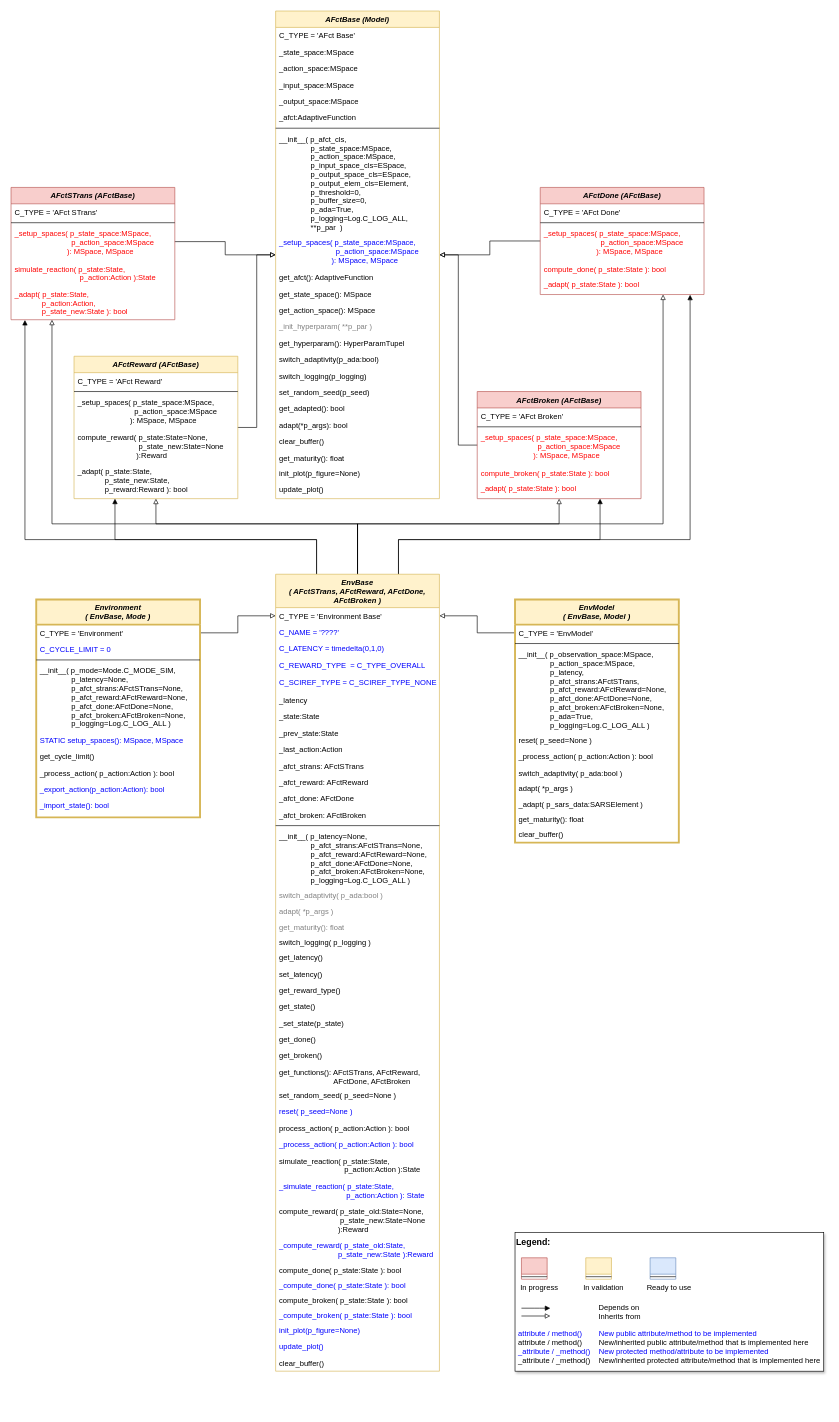
This is doc/rtd/content/append2/core/images/rl/02_environments/MLPro-RL-Env_class_diagram.drawio from fhswf/MLPro, a draw.io file, before an edit. Source tidied: cells renumbered, new cells numbered last; positions are measured from the earlier drawing's top-left corner, leaving out a move shared by most shapes. Both pictures are drawn from the tidied source at 63%, with x=0, y=0 at pixel (11, 11).
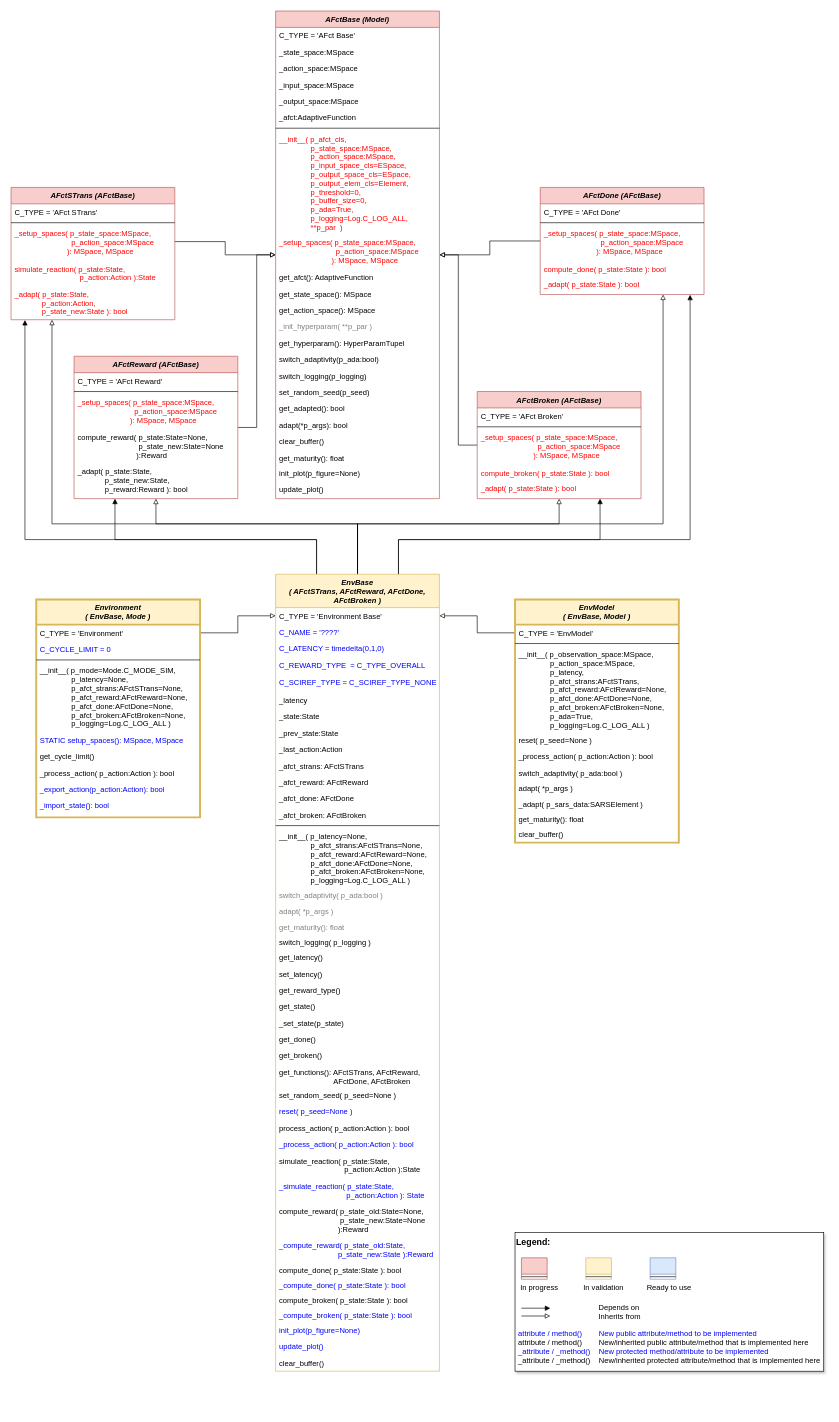
The same diagram, later.

What changed in the source:
```diff
@@
-    <mxCell id="77" value="AFctReward (AFctBase)" style="swimlane;fontStyle=3;align=center;verticalAlign=top;horizontal=1;startSize=26;rounded=0;shadow=0;strokeWidth=1;fillColor=#fff2cc;strokeColor=#d6b656;" parent="1" vertex="1">
+    <mxCell id="77" value="AFctReward (AFctBase)" style="swimlane;fontStyle=3;align=center;verticalAlign=top;horizontal=1;startSize=26;rounded=0;shadow=0;strokeWidth=1;fillColor=#f8cecc;strokeColor=#b85450;" parent="1" vertex="1">
       <mxGeometry x="100" y="548" width="260" height="226" as="geometry" />
     </mxCell>
@@
-    <mxCell id="80" value="_setup_spaces( p_state_space:MSpace,&#10;                           p_action_space:MSpace&#10;                         ): MSpace, MSpace" style="text;align=left;verticalAlign=top;spacingLeft=4;spacingRight=4;overflow=hidden;" parent="77" vertex="1">
+    <mxCell id="80" value="_setup_spaces( p_state_space:MSpace,&#10;                           p_action_space:MSpace&#10;                         ): MSpace, MSpace" style="text;align=left;verticalAlign=top;spacingLeft=4;spacingRight=4;overflow=hidden;fontColor=#FF0000;" parent="77" vertex="1">
       <mxGeometry y="60" width="260" height="56" as="geometry" />
     </mxCell>
@@
-    <mxCell id="114" value="AFctBase (Model)" style="swimlane;fontStyle=3;align=center;verticalAlign=top;horizontal=1;startSize=26;rounded=0;shadow=0;strokeWidth=1;fillColor=#fff2cc;strokeColor=#d6b656;" parent="1" vertex="1">
+    <mxCell id="114" value="AFctBase (Model)" style="swimlane;fontStyle=3;align=center;verticalAlign=top;horizontal=1;startSize=26;rounded=0;shadow=0;strokeWidth=1;fillColor=#f8cecc;strokeColor=#b85450;" parent="1" vertex="1">
       <mxGeometry x="420" width="260" height="774" as="geometry" />
     </mxCell>
@@
-    <mxCell id="122" value="__init__( p_afct_cls,&#10;               p_state_space:MSpace,&#10;               p_action_space:MSpace,&#10;               p_input_space_cls=ESpace,&#10;               p_output_space_cls=ESpace,&#10;               p_output_elem_cls=Element,&#10;               p_threshold=0,&#10;               p_buffer_size=0,&#10;               p_ada=True, &#10;               p_logging=Log.C_LOG_ALL,&#10;               **p_par  )" style="text;align=left;verticalAlign=top;spacingLeft=4;spacingRight=4;overflow=hidden;" parent="114" vertex="1">
+    <mxCell id="122" value="__init__( p_afct_cls,&#10;               p_state_space:MSpace,&#10;               p_action_space:MSpace,&#10;               p_input_space_cls=ESpace,&#10;               p_output_space_cls=ESpace,&#10;               p_output_elem_cls=Element,&#10;               p_threshold=0,&#10;               p_buffer_size=0,&#10;               p_ada=True, &#10;               p_logging=Log.C_LOG_ALL,&#10;               **p_par  )" style="text;align=left;verticalAlign=top;spacingLeft=4;spacingRight=4;overflow=hidden;fontColor=#FF0000;" parent="114" vertex="1">
       <mxGeometry y="190" width="260" height="164" as="geometry" />
     </mxCell>
-    <mxCell id="123" value="_setup_spaces( p_state_space:MSpace,&#10;                           p_action_space:MSpace&#10;                         ): MSpace, MSpace" style="text;align=left;verticalAlign=top;spacingLeft=4;spacingRight=4;overflow=hidden;fontColor=#0000FF;" parent="114" vertex="1">
+    <mxCell id="123" value="_setup_spaces( p_state_space:MSpace,&#10;                           p_action_space:MSpace&#10;                         ): MSpace, MSpace" style="text;align=left;verticalAlign=top;spacingLeft=4;spacingRight=4;overflow=hidden;fontColor=#FF0000;" parent="114" vertex="1">
       <mxGeometry y="354" width="260" height="56" as="geometry" />
     </mxCell>
```
